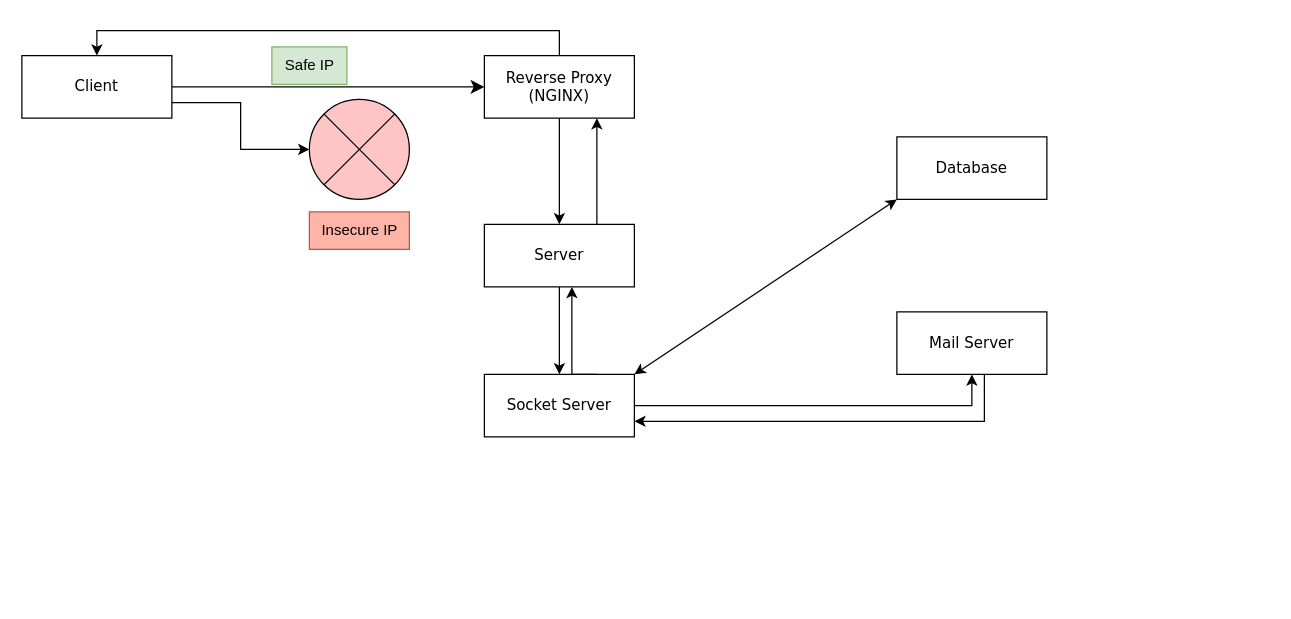
The draw.io diagram .github/order-system.drawio in isekaimaou1109/demo-github-action, before the edit. Source tidied: cells renumbered, new cells numbered last; positions are measured from the earlier drawing's top-left corner, leaving out a move shared by most shapes. Both pictures are drawn from the tidied source at 125%, with x=0, y=0 at pixel (21, 46).
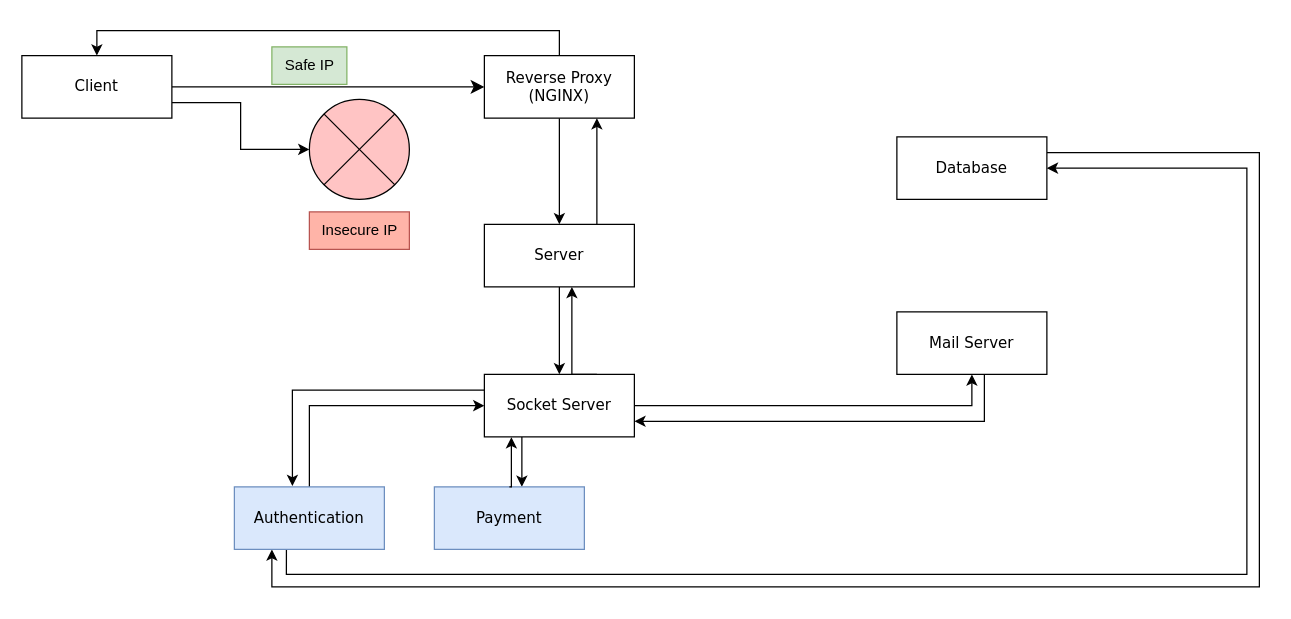
The same page after the edit.

Unchanged cells that the change refers to:
```xml
<mxCell id="11" value="Database" style="whiteSpace=wrap;html=1;rounded=0;shadow=0;comic=0;labelBackgroundColor=none;strokeWidth=1;fontFamily=Verdana;fontSize=12;align=center;" parent="1" vertex="1">
  <mxGeometry x="700" y="72" width="120" height="50" as="geometry" />
</mxCell>
<mxCell id="19" value="Socket Server" style="whiteSpace=wrap;html=1;rounded=0;shadow=0;comic=0;labelBackgroundColor=none;strokeWidth=1;fontFamily=Verdana;fontSize=12;align=center;" parent="1" vertex="1">
  <mxGeometry x="370" y="262" width="120" height="50" as="geometry" />
</mxCell>
```

Diff of the diagram source:
```diff
@@
+    <mxCell id="21" style="edgeStyle=orthogonalEdgeStyle;rounded=0;jettySize=auto;html=1;exitX=1;exitY=0.25;exitDx=0;exitDy=0;entryX=0.25;entryY=1;entryDx=0;entryDy=0;" parent="1" edge="1" source="11" target="25">
+      <mxGeometry relative="1" as="geometry">
+        <Array as="points">
+          <mxPoint x="990" y="85" />
+          <mxPoint x="990" y="432" />
+          <mxPoint x="200" y="432" />
+        </Array>
+      </mxGeometry>
+    </mxCell>
@@
+    <mxCell id="22" style="edgeStyle=orthogonalEdgeStyle;rounded=0;jettySize=auto;html=1;exitX=0.25;exitY=1;exitDx=0;exitDy=0;" parent="1" edge="1" source="19">
+      <mxGeometry relative="1" as="geometry">
+        <mxPoint x="400" y="352" as="targetPoint" />
+      </mxGeometry>
+    </mxCell>
@@
-    <mxCell id="20" style="endArrow=classic;startArrow=classic;html=1;rounded=0;exitX=1;exitY=0;exitDx=0;exitDy=0;" parent="1" edge="1" source="19">
-      <mxGeometry relative="1" as="geometry">
-        <mxPoint x="700" y="122" as="targetPoint" />
-      </mxGeometry>
-    </mxCell>
+    <mxCell id="23" style="edgeStyle=orthogonalEdgeStyle;rounded=0;jettySize=auto;html=1;exitX=0.5;exitY=0;exitDx=0;exitDy=0;entryX=0;entryY=0.5;entryDx=0;entryDy=0;" parent="1" edge="1" source="25" target="19">
+      <mxGeometry relative="1" as="geometry" />
+    </mxCell>
+    <mxCell id="24" style="edgeStyle=orthogonalEdgeStyle;rounded=0;jettySize=auto;html=1;exitX=0.347;exitY=0.996;exitDx=0;exitDy=0;entryX=1;entryY=0.5;entryDx=0;entryDy=0;exitPerimeter=0;" parent="1" edge="1" source="25" target="11">
+      <mxGeometry relative="1" as="geometry">
+        <Array as="points">
+          <mxPoint x="212" y="422" />
+          <mxPoint x="980" y="422" />
+          <mxPoint x="980" y="97" />
+        </Array>
+      </mxGeometry>
+    </mxCell>
+    <mxCell id="25" value="Authentication" style="whiteSpace=wrap;html=1;rounded=0;shadow=0;comic=0;labelBackgroundColor=none;strokeWidth=1;fontFamily=Verdana;fontSize=12;align=center;fillColor=#dae8fc;strokeColor=#6c8ebf;" parent="1" vertex="1">
+      <mxGeometry x="170" y="352" width="120" height="50" as="geometry" />
+    </mxCell>
+    <mxCell id="26" value="Payment" style="whiteSpace=wrap;html=1;rounded=0;shadow=0;comic=0;labelBackgroundColor=none;strokeWidth=1;fontFamily=Verdana;fontSize=12;align=center;fillColor=#dae8fc;strokeColor=#6c8ebf;" parent="1" vertex="1">
+      <mxGeometry x="330" y="352" width="120" height="50" as="geometry" />
+    </mxCell>
+    <mxCell id="27" style="edgeStyle=orthogonalEdgeStyle;rounded=0;jettySize=auto;html=1;exitX=0.5;exitY=0;exitDx=0;exitDy=0;entryX=0.18;entryY=1.004;entryDx=0;entryDy=0;entryPerimeter=0;" parent="1" edge="1" source="26" target="19">
+      <mxGeometry relative="1" as="geometry" />
+    </mxCell>
+    <mxCell id="28" style="edgeStyle=orthogonalEdgeStyle;rounded=0;jettySize=auto;html=1;exitX=0;exitY=0.25;exitDx=0;exitDy=0;entryX=0.387;entryY=-0.012;entryDx=0;entryDy=0;entryPerimeter=0;" parent="1" edge="1" source="19" target="25">
+      <mxGeometry relative="1" as="geometry" />
+    </mxCell>
```
